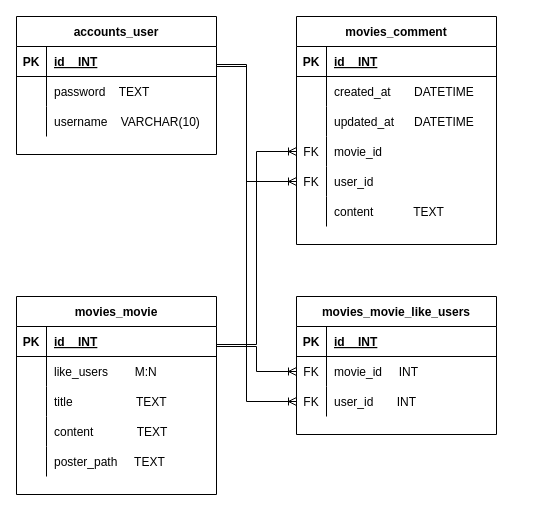
Earlier version of the draw.io diagram 제목 없는 다이어그램.drawio (kjskjs356/project_health). Source tidied: cells renumbered, new cells numbered last; positions are measured from the earlier drawing's top-left corner, leaving out a move shared by most shapes. Both pictures are drawn from the tidied source at 100%, with x=0, y=0 at pixel (16, 16).
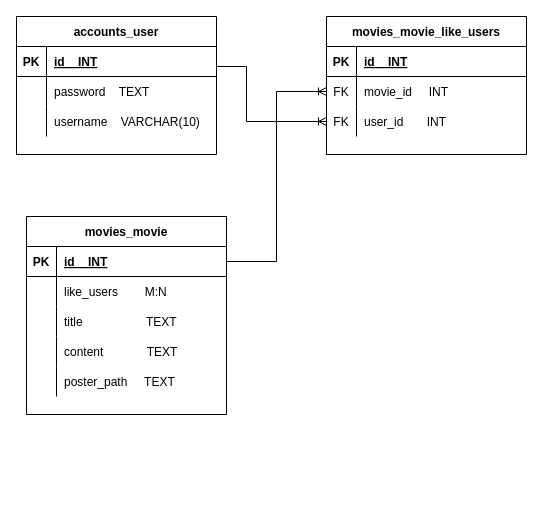
The same diagram, later.

Commit message:
제목 없는 다이어그램.drawio 업데이트

Unchanged cells that the change refers to:
```xml
<mxCell id="32" style="shape=partialRectangle;fillColor=none;points=[[0,0.5],[1,0.5]];portConstraint=eastwest;top=0;left=0;right=0;bottom=1;" parent="31" vertex="1">
  <mxGeometry y="30" width="200" height="30" as="geometry" />
</mxCell>
<mxCell id="51" style="shape=partialRectangle;fillColor=none;points=[[0,0.5],[1,0.5]];portConstraint=eastwest;top=0;left=0;right=0;bottom=0;" parent="47" vertex="1">
  <mxGeometry y="60" width="200" height="30" as="geometry" />
</mxCell>
```

The edit, as a diff of the source:
```diff
@@
-    <mxCell id="12" value="movies_comment" style="shape=table;startSize=30;childLayout=tableLayout;rowLines=0;fontStyle=1;align=center;" parent="1" vertex="1">
-      <mxGeometry x="280" width="200" height="228" as="geometry" />
-    </mxCell>
-    <mxCell id="13" style="shape=partialRectangle;fillColor=none;top=0;left=0;right=0;bottom=1;" parent="12" vertex="1">
-      <mxGeometry y="30" width="200" height="30" as="geometry" />
-    </mxCell>
-    <mxCell id="14" value="PK" style="shape=partialRectangle;overflow=hidden;fillColor=none;top=0;left=0;bottom=0;right=0;fontStyle=1;" parent="13" vertex="1">
-      <mxGeometry width="30" height="30" as="geometry" />
-    </mxCell>
-    <mxCell id="15" value="id    INT" style="shape=partialRectangle;overflow=hidden;fillColor=none;top=0;left=0;bottom=0;right=0;align=left;spacingLeft=6;fontStyle=5;" parent="13" vertex="1">
-      <mxGeometry x="30" width="170" height="30" as="geometry" />
-    </mxCell>
-    <mxCell id="16" style="shape=partialRectangle;fillColor=none;top=0;left=0;right=0;bottom=0;" parent="12" vertex="1">
-      <mxGeometry y="60" width="200" height="30" as="geometry" />
-    </mxCell>
-    <mxCell id="17" style="shape=partialRectangle;overflow=hidden;fillColor=none;top=0;left=0;bottom=0;right=0;" parent="16" vertex="1">
-      <mxGeometry width="30" height="30" as="geometry" />
-    </mxCell>
-    <mxCell id="18" value="created_at       DATETIME" style="shape=partialRectangle;overflow=hidden;fillColor=none;top=0;left=0;bottom=0;right=0;align=left;spacingLeft=6;" parent="16" vertex="1">
-      <mxGeometry x="30" width="170" height="30" as="geometry" />
-    </mxCell>
-    <mxCell id="19" style="shape=partialRectangle;fillColor=none;top=0;left=0;right=0;bottom=0;" parent="12" vertex="1">
-      <mxGeometry y="90" width="200" height="30" as="geometry" />
-    </mxCell>
-    <mxCell id="20" style="shape=partialRectangle;overflow=hidden;fillColor=none;top=0;left=0;bottom=0;right=0;" parent="19" vertex="1">
-      <mxGeometry width="30" height="30" as="geometry" />
-    </mxCell>
-    <mxCell id="21" value="updated_at      DATETIME" style="shape=partialRectangle;overflow=hidden;fillColor=none;top=0;left=0;bottom=0;right=0;align=left;spacingLeft=6;" parent="19" vertex="1">
-      <mxGeometry x="30" width="170" height="30" as="geometry" />
-    </mxCell>
-    <mxCell id="22" style="shape=partialRectangle;fillColor=none;points=[[0,0.5],[1,0.5]];portConstraint=eastwest;top=0;left=0;right=0;bottom=0;" parent="12" vertex="1">
-      <mxGeometry y="120" width="200" height="30" as="geometry" />
-    </mxCell>
-    <mxCell id="23" value="FK" style="shape=partialRectangle;overflow=hidden;fillColor=none;top=0;left=0;bottom=0;right=0;" parent="22" vertex="1">
-      <mxGeometry width="30" height="30" as="geometry" />
-    </mxCell>
-    <mxCell id="24" value="movie_id" style="shape=partialRectangle;overflow=hidden;fillColor=none;top=0;left=0;bottom=0;right=0;align=left;spacingLeft=6;" parent="22" vertex="1">
-      <mxGeometry x="30" width="170" height="30" as="geometry" />
-    </mxCell>
-    <mxCell id="25" style="shape=partialRectangle;fillColor=none;points=[[0,0.5],[1,0.5]];portConstraint=eastwest;top=0;left=0;right=0;bottom=0;" parent="12" vertex="1">
-      <mxGeometry y="150" width="200" height="30" as="geometry" />
-    </mxCell>
-    <mxCell id="26" value="FK" style="shape=partialRectangle;overflow=hidden;fillColor=none;top=0;left=0;bottom=0;right=0;" parent="25" vertex="1">
-      <mxGeometry width="30" height="30" as="geometry" />
-    </mxCell>
-    <mxCell id="27" value="user_id" style="shape=partialRectangle;overflow=hidden;fillColor=none;top=0;left=0;bottom=0;right=0;align=left;spacingLeft=6;" parent="25" vertex="1">
-      <mxGeometry x="30" width="170" height="30" as="geometry" />
-    </mxCell>
-    <mxCell id="28" style="shape=partialRectangle;fillColor=none;top=0;left=0;right=0;bottom=0;" parent="12" vertex="1">
-      <mxGeometry y="180" width="200" height="30" as="geometry" />
-    </mxCell>
-    <mxCell id="29" style="shape=partialRectangle;overflow=hidden;fillColor=none;top=0;left=0;bottom=0;right=0;" parent="28" vertex="1">
-      <mxGeometry width="30" height="30" as="geometry" />
-    </mxCell>
-    <mxCell id="30" value="content            TEXT" style="shape=partialRectangle;overflow=hidden;fillColor=none;top=0;left=0;bottom=0;right=0;align=left;spacingLeft=6;" parent="28" vertex="1">
-      <mxGeometry x="30" width="170" height="30" as="geometry" />
-    </mxCell>
     <mxCell id="31" value="movies_movie" style="shape=table;startSize=30;childLayout=tableLayout;rowLines=0;fontStyle=1;align=center;" parent="1" vertex="1">
-      <mxGeometry y="280" width="200" height="198" as="geometry" />
+      <mxGeometry x="10" y="200" width="200" height="198" as="geometry" />
     </mxCell>
@@
     <mxCell id="47" value="movies_movie_like_users" style="shape=table;startSize=30;childLayout=tableLayout;rowLines=0;fontStyle=1;align=center;" parent="1" vertex="1">
-      <mxGeometry x="280" y="280" width="200" height="138" as="geometry" />
+      <mxGeometry x="310" width="200" height="138" as="geometry" />
     </mxCell>
@@
-    <mxCell id="57" style="edgeStyle=elbowEdgeStyle;fontSize=12;html=1;endArrow=ERoneToMany;rounded=0;strokeColor=default;entryX=0;entryY=0.5;entryDx=0;entryDy=0;" parent="1" edge="1" target="22">
-      <mxGeometry relative="1" as="geometry">
-        <mxPoint x="200" y="328" as="sourcePoint" />
-      </mxGeometry>
-    </mxCell>
-    <mxCell id="58" style="edgeStyle=elbowEdgeStyle;fontSize=12;html=1;endArrow=ERoneToMany;rounded=0;strokeColor=default;entryX=0;entryY=0.5;entryDx=0;entryDy=0;" parent="1" edge="1" target="25">
-      <mxGeometry relative="1" as="geometry">
-        <mxPoint x="200" y="48" as="sourcePoint" />
-        <Array as="points">
-          <mxPoint x="230" y="88" />
-        </Array>
-      </mxGeometry>
-    </mxCell>
@@
-    <mxCell id="60" style="edgeStyle=elbowEdgeStyle;fontSize=12;html=1;endArrow=ERoneToMany;rounded=0;strokeColor=default;entryX=0;entryY=0.5;entryDx=0;entryDy=0;" parent="1" edge="1" target="51">
-      <mxGeometry relative="1" as="geometry">
-        <mxPoint x="200" y="330" as="sourcePoint" />
-      </mxGeometry>
+    <mxCell id="60" style="edgeStyle=elbowEdgeStyle;fontSize=12;html=1;endArrow=ERoneToMany;rounded=0;strokeColor=default;entryX=0;entryY=0.5;entryDx=0;entryDy=0;exitX=1;exitY=0.5;exitDx=0;exitDy=0;" parent="1" edge="1" source="32" target="51">
+      <mxGeometry relative="1" as="geometry" />
     </mxCell>
```
